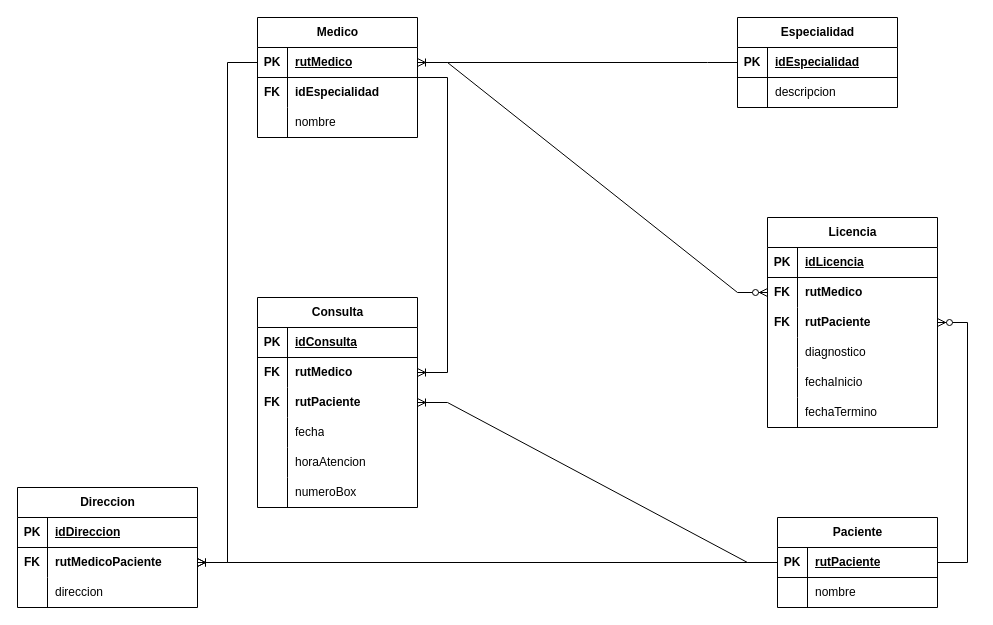
This is Diagrama sin título.drawio from Evmoraleso/pythonChallenges, a draw.io file, before an edit. Source tidied: cells renumbered, new cells numbered last; positions are measured from the earlier drawing's top-left corner, leaving out a move shared by most shapes. Both pictures are drawn from the tidied source at 100%, with x=0, y=0 at pixel (17, 17).
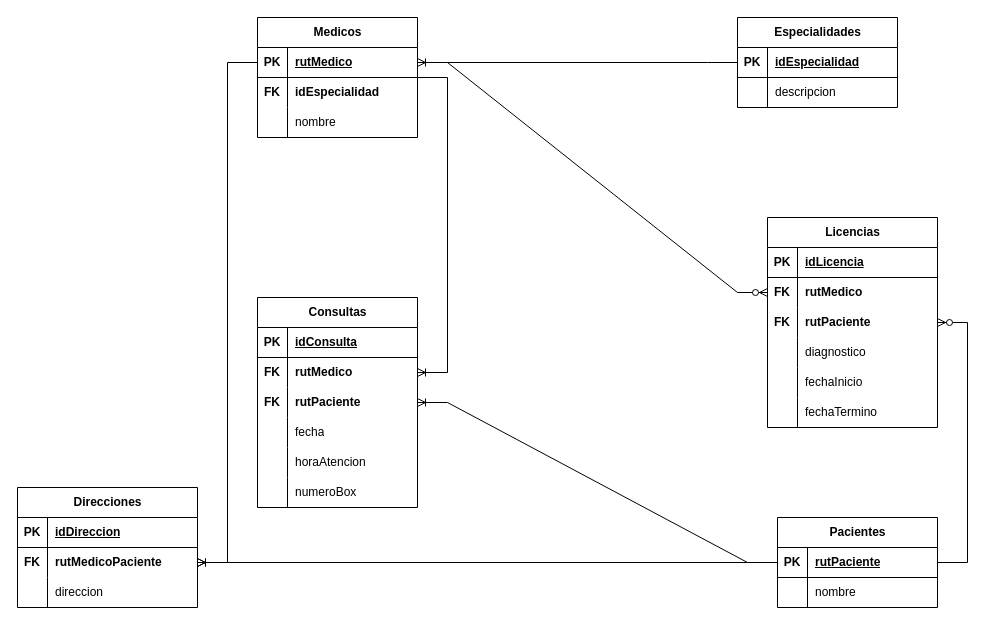
Above is the later version.

The edit, as a diff of the source:
```diff
@@
-    <mxCell id="2" value="Medico" style="shape=table;startSize=30;childLayout=tableLayout;rowLines=0;fontStyle=1;align=center;html=1;" parent="1" vertex="1">
+    <mxCell id="2" value="Medicos" style="shape=table;startSize=30;childLayout=tableLayout;rowLines=0;fontStyle=1;align=center;html=1;" parent="1" vertex="1">
       <mxGeometry x="240" width="160" height="120" as="geometry" />
     </mxCell>
@@
-    <mxCell id="12" value="Especialidad" style="shape=table;startSize=30;childLayout=tableLayout;rowLines=0;fontStyle=1;align=center;html=1;" parent="1" vertex="1">
+    <mxCell id="12" value="Especialidades" style="shape=table;startSize=30;childLayout=tableLayout;rowLines=0;fontStyle=1;align=center;html=1;" parent="1" vertex="1">
       <mxGeometry x="720" width="160" height="90" as="geometry" />
     </mxCell>
@@
-    <mxCell id="19" value="Consulta" style="shape=table;startSize=30;childLayout=tableLayout;rowLines=0;fontStyle=1;align=center;html=1;" parent="1" vertex="1">
+    <mxCell id="19" value="Consultas" style="shape=table;startSize=30;childLayout=tableLayout;rowLines=0;fontStyle=1;align=center;html=1;" parent="1" vertex="1">
       <mxGeometry x="240" y="280" width="160" height="210" as="geometry" />
     </mxCell>
@@
-    <mxCell id="38" value="Paciente" style="shape=table;startSize=30;childLayout=tableLayout;rowLines=0;fontStyle=1;align=center;html=1;" parent="1" vertex="1">
+    <mxCell id="38" value="Pacientes" style="shape=table;startSize=30;childLayout=tableLayout;rowLines=0;fontStyle=1;align=center;html=1;" parent="1" vertex="1">
       <mxGeometry x="760" y="500" width="160" height="90" as="geometry" />
     </mxCell>
@@
-    <mxCell id="45" value="Direccion" style="shape=table;startSize=30;childLayout=tableLayout;rowLines=0;fontStyle=1;align=center;html=1;" parent="1" vertex="1">
+    <mxCell id="45" value="Direcciones" style="shape=table;startSize=30;childLayout=tableLayout;rowLines=0;fontStyle=1;align=center;html=1;" parent="1" vertex="1">
       <mxGeometry y="470" width="180" height="120" as="geometry" />
     </mxCell>
@@
-    <mxCell id="55" value="Licencia" style="shape=table;startSize=30;childLayout=tableLayout;rowLines=0;fontStyle=1;align=center;html=1;" parent="1" vertex="1">
+    <mxCell id="55" value="Licencias" style="shape=table;startSize=30;childLayout=tableLayout;rowLines=0;fontStyle=1;align=center;html=1;" parent="1" vertex="1">
       <mxGeometry x="750" y="200" width="170" height="210" as="geometry" />
     </mxCell>
```
